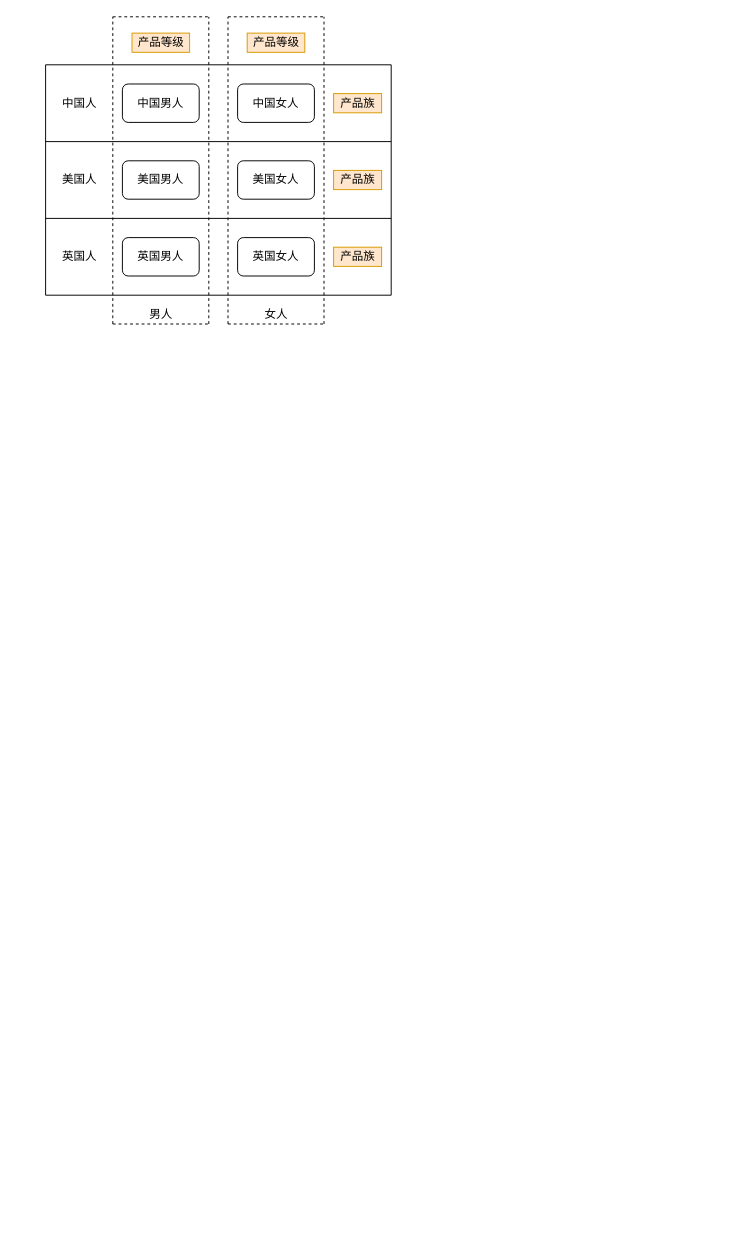
This is GOF23/抽象工厂模式.drawio from BIgConfused/draw_img, a draw.io file, before an edit. Source tidied: cells renumbered, new cells numbered last; positions are measured from the earlier drawing's top-left corner, leaving out a move shared by most shapes. Both pictures are drawn from the tidied source at 96%, with x=0, y=0 at pixel (45, 16).
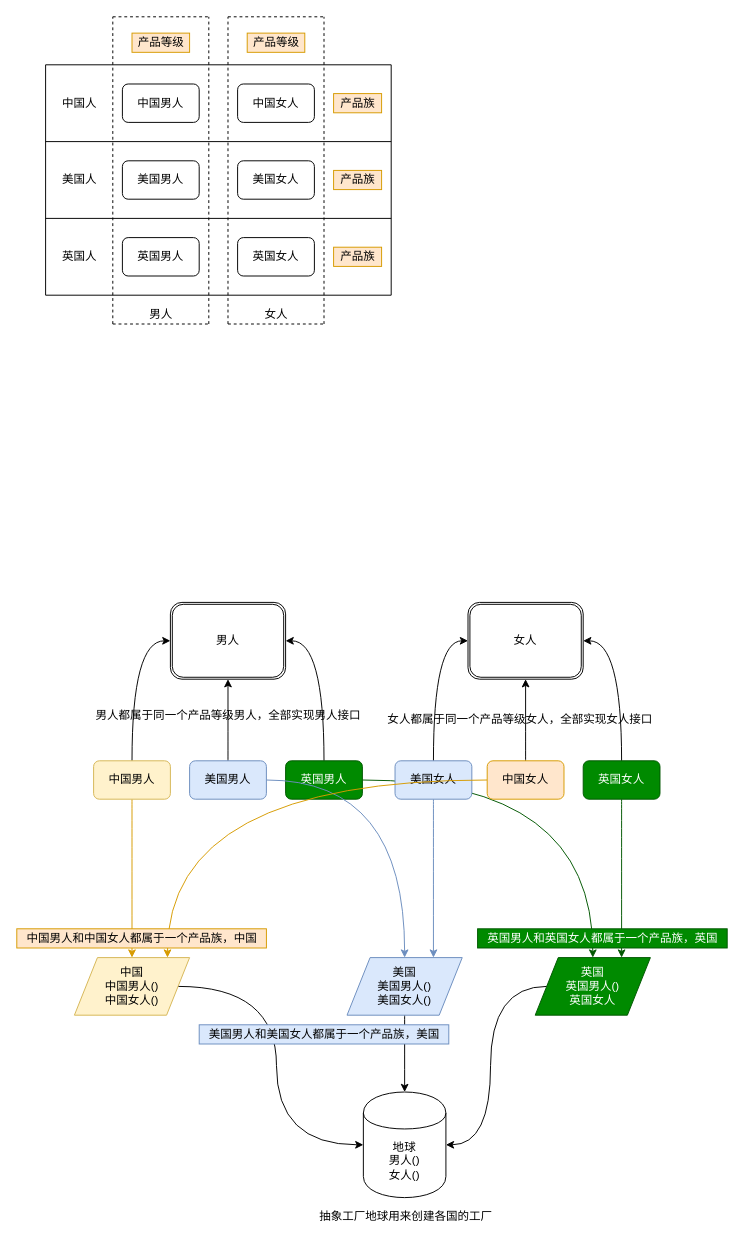
After the change.

Commit message (it also covers changes not shown here):
更新抽象工厂模式.drawio

The edit, as a diff of the source:
```diff
@@
+    <mxCell id="32" style="edgeStyle=orthogonalEdgeStyle;curved=1;rounded=0;jettySize=auto;html=1;entryX=1;entryY=0.5;entryDx=0;entryDy=0;" parent="1" edge="1" source="34" target="50">
+      <mxGeometry relative="1" as="geometry" />
+    </mxCell>
+    <mxCell id="33" style="edgeStyle=orthogonalEdgeStyle;curved=1;rounded=0;jettySize=auto;html=1;fillColor=#008a00;strokeColor=#005700;" parent="1" edge="1" source="34" target="58">
+      <mxGeometry relative="1" as="geometry" />
+    </mxCell>
+    <mxCell id="34" value="英国男人" style="rounded=1;whiteSpace=wrap;html=1;fillColor=#008a00;strokeColor=#005700;fontColor=#ffffff;" parent="1" vertex="1">
+      <mxGeometry x="250" y="775" width="80" height="40" as="geometry" />
+    </mxCell>
+    <mxCell id="35" style="edgeStyle=orthogonalEdgeStyle;curved=1;rounded=0;jettySize=auto;html=1;entryX=0.5;entryY=1;entryDx=0;entryDy=0;" parent="1" edge="1" source="37" target="50">
+      <mxGeometry relative="1" as="geometry" />
+    </mxCell>
+    <mxCell id="36" style="edgeStyle=orthogonalEdgeStyle;curved=1;rounded=0;jettySize=auto;html=1;entryX=0.5;entryY=0;entryDx=0;entryDy=0;fillColor=#dae8fc;strokeColor=#6c8ebf;" parent="1" edge="1" source="37" target="56">
+      <mxGeometry relative="1" as="geometry" />
+    </mxCell>
+    <mxCell id="37" value="美国男人" style="rounded=1;whiteSpace=wrap;html=1;fillColor=#dae8fc;strokeColor=#6c8ebf;" parent="1" vertex="1">
+      <mxGeometry x="150" y="775" width="80" height="40" as="geometry" />
+    </mxCell>
+    <mxCell id="38" style="edgeStyle=orthogonalEdgeStyle;curved=1;rounded=0;jettySize=auto;html=1;entryX=0;entryY=0.5;entryDx=0;entryDy=0;" parent="1" edge="1" source="40" target="50">
+      <mxGeometry relative="1" as="geometry" />
+    </mxCell>
+    <mxCell id="39" style="edgeStyle=orthogonalEdgeStyle;curved=1;rounded=0;jettySize=auto;html=1;entryX=0.5;entryY=0;entryDx=0;entryDy=0;fillColor=#ffe6cc;strokeColor=#d79b00;" parent="1" edge="1" source="40" target="54">
+      <mxGeometry relative="1" as="geometry" />
+    </mxCell>
+    <mxCell id="40" value="中国男人" style="rounded=1;whiteSpace=wrap;html=1;fillColor=#fff2cc;strokeColor=#d6b656;" parent="1" vertex="1">
+      <mxGeometry x="50" y="775" width="80" height="40" as="geometry" />
+    </mxCell>
+    <mxCell id="41" style="edgeStyle=orthogonalEdgeStyle;curved=1;rounded=0;jettySize=auto;html=1;entryX=1;entryY=0.5;entryDx=0;entryDy=0;" parent="1" edge="1" source="43" target="51">
+      <mxGeometry relative="1" as="geometry" />
+    </mxCell>
+    <mxCell id="42" style="edgeStyle=orthogonalEdgeStyle;curved=1;rounded=0;jettySize=auto;html=1;entryX=0.75;entryY=0;entryDx=0;entryDy=0;fillColor=#008a00;strokeColor=#005700;" parent="1" edge="1" source="43" target="58">
+      <mxGeometry relative="1" as="geometry" />
+    </mxCell>
+    <mxCell id="43" value="英国女人" style="rounded=1;whiteSpace=wrap;html=1;fillColor=#008a00;strokeColor=#005700;fontColor=#ffffff;" parent="1" vertex="1">
+      <mxGeometry x="560" y="775" width="80" height="40" as="geometry" />
+    </mxCell>
+    <mxCell id="44" style="edgeStyle=orthogonalEdgeStyle;curved=1;rounded=0;jettySize=auto;html=1;entryX=0;entryY=0.5;entryDx=0;entryDy=0;" parent="1" edge="1" source="46" target="51">
+      <mxGeometry relative="1" as="geometry" />
+    </mxCell>
+    <mxCell id="45" style="edgeStyle=orthogonalEdgeStyle;curved=1;rounded=0;jettySize=auto;html=1;entryX=0.75;entryY=0;entryDx=0;entryDy=0;fillColor=#dae8fc;strokeColor=#6c8ebf;" parent="1" edge="1" source="46" target="56">
+      <mxGeometry relative="1" as="geometry" />
+    </mxCell>
+    <mxCell id="46" value="美国女人" style="rounded=1;whiteSpace=wrap;html=1;fillColor=#dae8fc;strokeColor=#6c8ebf;" parent="1" vertex="1">
+      <mxGeometry x="364" y="775" width="80" height="40" as="geometry" />
+    </mxCell>
+    <mxCell id="47" style="edgeStyle=orthogonalEdgeStyle;curved=1;rounded=0;jettySize=auto;html=1;entryX=0.5;entryY=1;entryDx=0;entryDy=0;" parent="1" edge="1" source="49" target="51">
+      <mxGeometry relative="1" as="geometry" />
+    </mxCell>
+    <mxCell id="48" style="edgeStyle=orthogonalEdgeStyle;curved=1;rounded=0;jettySize=auto;html=1;entryX=0.808;entryY=0;entryDx=0;entryDy=0;entryPerimeter=0;fillColor=#ffe6cc;strokeColor=#d79b00;" parent="1" edge="1" source="49" target="54">
+      <mxGeometry relative="1" as="geometry" />
+    </mxCell>
+    <mxCell id="49" value="中国女人" style="rounded=1;whiteSpace=wrap;html=1;fillColor=#ffe6cc;strokeColor=#d79b00;" parent="1" vertex="1">
+      <mxGeometry x="460" y="775" width="80" height="40" as="geometry" />
+    </mxCell>
+    <mxCell id="50" value="男人" style="shape=ext;double=1;rounded=1;whiteSpace=wrap;html=1;" parent="1" vertex="1">
+      <mxGeometry x="130" y="610" width="120" height="80" as="geometry" />
+    </mxCell>
+    <mxCell id="51" value="女人" style="shape=ext;double=1;rounded=1;whiteSpace=wrap;html=1;" parent="1" vertex="1">
+      <mxGeometry x="440" y="610" width="120" height="80" as="geometry" />
+    </mxCell>
+    <mxCell id="52" value="地球&lt;br&gt;男人()&lt;br&gt;女人()" style="shape=cylinder;whiteSpace=wrap;html=1;boundedLbl=1;backgroundOutline=1;" parent="1" vertex="1">
+      <mxGeometry x="331" y="1120" width="86" height="110" as="geometry" />
+    </mxCell>
+    <mxCell id="53" style="edgeStyle=orthogonalEdgeStyle;curved=1;rounded=0;jettySize=auto;html=1;entryX=0;entryY=0.5;entryDx=0;entryDy=0;" parent="1" edge="1" source="54" target="52">
+      <mxGeometry relative="1" as="geometry" />
+    </mxCell>
+    <mxCell id="54" value="中国&lt;br&gt;中国男人()&lt;br&gt;中国女人()" style="shape=parallelogram;perimeter=parallelogramPerimeter;whiteSpace=wrap;html=1;fillColor=#fff2cc;strokeColor=#d6b656;" parent="1" vertex="1">
+      <mxGeometry x="30" y="980" width="120" height="60" as="geometry" />
+    </mxCell>
+    <mxCell id="55" style="edgeStyle=orthogonalEdgeStyle;curved=1;rounded=0;jettySize=auto;html=1;" parent="1" edge="1" source="56" target="52">
+      <mxGeometry relative="1" as="geometry" />
+    </mxCell>
+    <mxCell id="56" value="美国&lt;br&gt;美国男人()&lt;br&gt;美国女人()" style="shape=parallelogram;perimeter=parallelogramPerimeter;whiteSpace=wrap;html=1;fillColor=#dae8fc;strokeColor=#6c8ebf;" parent="1" vertex="1">
+      <mxGeometry x="314" y="980" width="120" height="60" as="geometry" />
+    </mxCell>
+    <mxCell id="57" style="edgeStyle=orthogonalEdgeStyle;curved=1;rounded=0;jettySize=auto;html=1;entryX=1;entryY=0.5;entryDx=0;entryDy=0;" parent="1" edge="1" source="58" target="52">
+      <mxGeometry relative="1" as="geometry" />
+    </mxCell>
+    <mxCell id="58" value="英国&lt;br&gt;英国男人()&lt;br&gt;英国女人" style="shape=parallelogram;perimeter=parallelogramPerimeter;whiteSpace=wrap;html=1;fillColor=#008a00;strokeColor=#005700;fontColor=#ffffff;" parent="1" vertex="1">
+      <mxGeometry x="510" y="980" width="120" height="60" as="geometry" />
+    </mxCell>
+    <mxCell id="59" value="男人都属于同一个产品等级男人，全部实现男人接口" style="text;html=1;align=center;verticalAlign=middle;" parent="1" vertex="1">
+      <mxGeometry x="45" y="718" width="290" height="20" as="geometry" />
+    </mxCell>
+    <mxCell id="60" value="女人都属于同一个产品等级女人，全部实现女人接口" style="text;html=1;align=center;verticalAlign=middle;" parent="1" vertex="1">
+      <mxGeometry x="349" y="722" width="290" height="20" as="geometry" />
+    </mxCell>
+    <mxCell id="61" value="中国男人和中国女人都属于一个产品族，中国" style="text;html=1;align=center;verticalAlign=middle;fillColor=#ffe6cc;strokeColor=#d79b00;" parent="1" vertex="1">
+      <mxGeometry x="-30" y="950" width="260" height="20" as="geometry" />
+    </mxCell>
+    <mxCell id="62" value="美国男人和美国女人都属于一个产品族，美国" style="text;html=1;align=center;verticalAlign=middle;fillColor=#dae8fc;strokeColor=#6c8ebf;" parent="1" vertex="1">
+      <mxGeometry x="160" y="1050" width="260" height="20" as="geometry" />
+    </mxCell>
+    <mxCell id="63" value="英国男人和英国女人都属于一个产品族，英国" style="text;html=1;align=center;verticalAlign=middle;fillColor=#008a00;strokeColor=#005700;fontColor=#ffffff;" parent="1" vertex="1">
+      <mxGeometry x="450" y="950" width="260" height="20" as="geometry" />
+    </mxCell>
+    <mxCell id="64" value="抽象工厂地球用来创建各国的工厂" style="text;html=1;align=center;verticalAlign=middle;" parent="1" vertex="1">
+      <mxGeometry x="275" y="1240" width="200" height="20" as="geometry" />
+    </mxCell>
```
